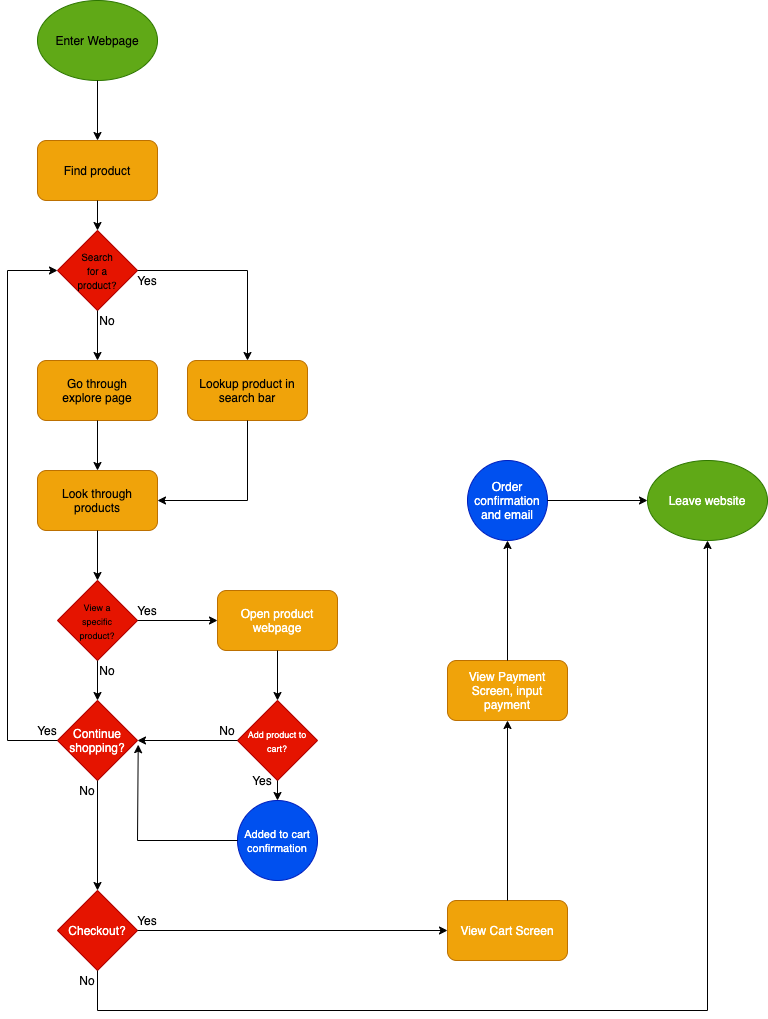
This is part2/part2.drawio.png from anuragasthana/cse110-lab4, a draw.io export, as it was before one commit. Source tidied: cells renumbered, new cells last; positions are measured from the earlier drawing's top-left corner, leaving out a move shared by most shapes.
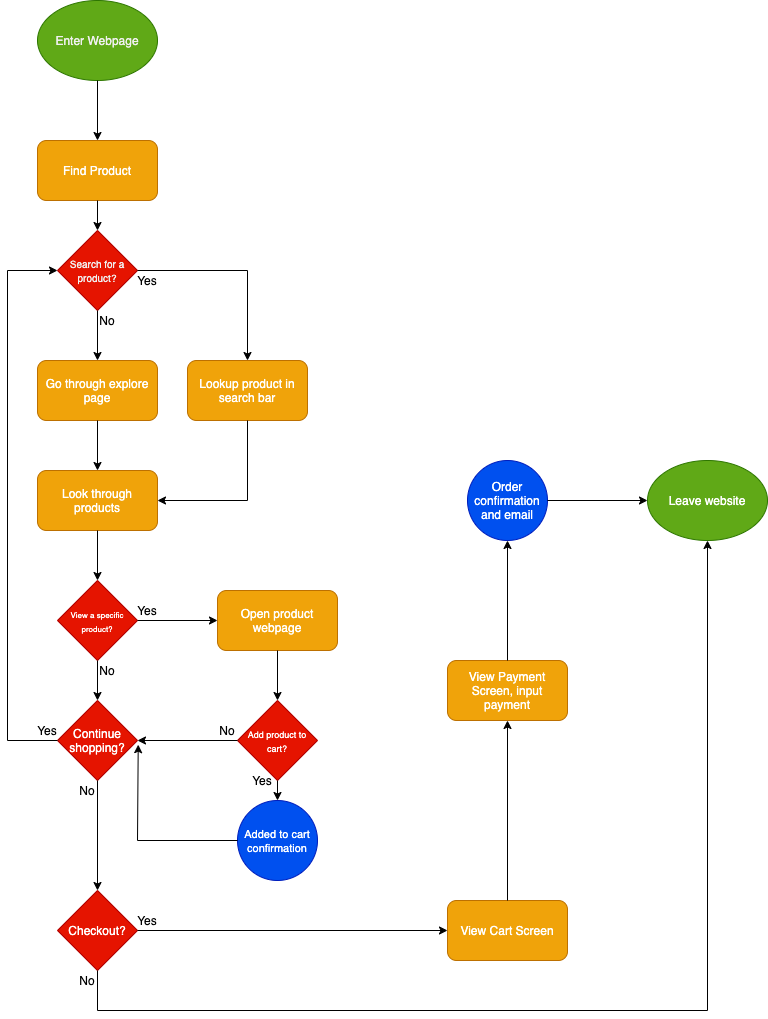
Above is the later version.

The edit, as a diff of the source:
```diff
@@ -2,31 +2,22 @@
   <root>
     <mxCell id="0" />
     <mxCell id="1" parent="0" />
-    <mxCell id="2" style="ellipse;whiteSpace=wrap;html=1;fillColor=#60a917;strokeColor=#2D7600;fontColor=#ffffff;" parent="1" vertex="1">
+    <mxCell id="2" value="&lt;span style=&quot;color: rgb(240 , 240 , 240)&quot;&gt;Enter Webpage&lt;/span&gt;" style="ellipse;whiteSpace=wrap;html=1;fillColor=#60a917;strokeColor=#2D7600;fontColor=#ffffff;" parent="1" vertex="1">
       <mxGeometry x="30" width="120" height="80" as="geometry" />
     </mxCell>
-    <mxCell id="3" value="Enter Webpage" style="text;html=1;strokeColor=none;fillColor=none;align=center;verticalAlign=middle;whiteSpace=wrap;rounded=0;" parent="1" vertex="1">
-      <mxGeometry x="35" y="15" width="110" height="50" as="geometry" />
-    </mxCell>
     <mxCell id="4" style="endArrow=classic;html=1;entryX=0.5;entryY=0;entryDx=0;entryDy=0;exitX=0.5;exitY=1;exitDx=0;exitDy=0;" parent="1" edge="1" source="2" target="5">
       <mxGeometry relative="1" as="geometry" />
     </mxCell>
-    <mxCell id="5" style="rounded=1;whiteSpace=wrap;html=1;fillColor=#f0a30a;strokeColor=#BD7000;fontColor=#ffffff;" parent="1" vertex="1">
+    <mxCell id="5" value="Find Product" style="rounded=1;whiteSpace=wrap;html=1;fillColor=#f0a30a;strokeColor=#BD7000;fontColor=#ffffff;" parent="1" vertex="1">
       <mxGeometry x="30" y="140" width="120" height="60" as="geometry" />
     </mxCell>
-    <mxCell id="6" value="Find product" style="text;html=1;strokeColor=none;fillColor=none;align=center;verticalAlign=middle;whiteSpace=wrap;rounded=0;" parent="1" vertex="1">
-      <mxGeometry x="45" y="150" width="90" height="40" as="geometry" />
-    </mxCell>
-    <mxCell id="7" style="rhombus;whiteSpace=wrap;html=1;fillColor=#e51400;strokeColor=#B20000;fontColor=#ffffff;" parent="1" vertex="1">
+    <mxCell id="7" value="&lt;span style=&quot;color: rgb(240 , 240 , 240) ; font-size: 10px&quot;&gt;Search for a product?&lt;/span&gt;" style="rhombus;whiteSpace=wrap;html=1;fillColor=#e51400;strokeColor=#B20000;fontColor=#ffffff;" parent="1" vertex="1">
       <mxGeometry x="50" y="230" width="80" height="80" as="geometry" />
     </mxCell>
     <mxCell id="8" style="endArrow=classic;html=1;exitX=0.5;exitY=1;exitDx=0;exitDy=0;entryX=0.5;entryY=0;entryDx=0;entryDy=0;" parent="1" edge="1" source="5" target="7">
       <mxGeometry relative="1" as="geometry" />
     </mxCell>
-    <mxCell id="9" value="&lt;span style=&quot;font-size: 10px&quot;&gt;Search for a product?&lt;/span&gt;" style="text;html=1;strokeColor=none;fillColor=none;align=center;verticalAlign=middle;whiteSpace=wrap;rounded=0;" parent="1" vertex="1">
-      <mxGeometry x="70" y="265" width="40" height="10" as="geometry" />
-    </mxCell>
-    <mxCell id="10" style="rounded=1;whiteSpace=wrap;html=1;fillColor=#f0a30a;strokeColor=#BD7000;fontColor=#ffffff;" parent="1" vertex="1">
+    <mxCell id="10" value="Go through explore page" style="rounded=1;whiteSpace=wrap;html=1;fillColor=#f0a30a;strokeColor=#BD7000;fontColor=#ffffff;" parent="1" vertex="1">
       <mxGeometry x="30" y="360" width="120" height="60" as="geometry" />
     </mxCell>
     <mxCell id="11" style="endArrow=classic;html=1;exitX=0.5;exitY=1;exitDx=0;exitDy=0;entryX=0.5;entryY=0;entryDx=0;entryDy=0;" parent="1" edge="1" source="7" target="10">
@@ -35,10 +26,7 @@
     <mxCell id="12" value="No" style="text;html=1;strokeColor=none;fillColor=none;align=center;verticalAlign=middle;whiteSpace=wrap;rounded=0;" parent="1" vertex="1">
       <mxGeometry x="80" y="310" width="40" height="20" as="geometry" />
     </mxCell>
-    <mxCell id="13" value="Go through explore page" style="text;html=1;strokeColor=none;fillColor=none;align=center;verticalAlign=middle;whiteSpace=wrap;rounded=0;" parent="1" vertex="1">
-      <mxGeometry x="50" y="380" width="80" height="20" as="geometry" />
-    </mxCell>
-    <mxCell id="14" style="rounded=1;whiteSpace=wrap;html=1;fillColor=#f0a30a;strokeColor=#BD7000;fontColor=#ffffff;" parent="1" vertex="1">
+    <mxCell id="14" value="Lookup product in search bar" style="rounded=1;whiteSpace=wrap;html=1;fillColor=#f0a30a;strokeColor=#BD7000;fontColor=#ffffff;" parent="1" vertex="1">
       <mxGeometry x="180" y="360" width="120" height="60" as="geometry" />
     </mxCell>
     <mxCell id="15" style="endArrow=classic;html=1;entryX=0.5;entryY=0;entryDx=0;entryDy=0;" parent="1" edge="1" target="14">
@@ -54,15 +42,9 @@
     <mxCell id="17" value="Yes" style="text;html=1;strokeColor=none;fillColor=none;align=center;verticalAlign=middle;whiteSpace=wrap;rounded=0;" parent="1" vertex="1">
       <mxGeometry x="120" y="270" width="40" height="20" as="geometry" />
     </mxCell>
-    <mxCell id="18" value="Lookup product in search bar" style="text;html=1;strokeColor=none;fillColor=none;align=center;verticalAlign=middle;whiteSpace=wrap;rounded=0;" parent="1" vertex="1">
-      <mxGeometry x="190" y="380" width="100" height="20" as="geometry" />
-    </mxCell>
-    <mxCell id="19" style="rounded=1;whiteSpace=wrap;html=1;fillColor=#f0a30a;strokeColor=#BD7000;fontColor=#ffffff;" parent="1" vertex="1">
+    <mxCell id="19" value="Look through products" style="rounded=1;whiteSpace=wrap;html=1;fillColor=#f0a30a;strokeColor=#BD7000;fontColor=#ffffff;" parent="1" vertex="1">
       <mxGeometry x="30" y="470" width="120" height="60" as="geometry" />
     </mxCell>
-    <mxCell id="20" value="Look through products" style="text;html=1;strokeColor=none;fillColor=none;align=center;verticalAlign=middle;whiteSpace=wrap;rounded=0;" parent="1" vertex="1">
-      <mxGeometry x="50" y="490" width="80" height="20" as="geometry" />
-    </mxCell>
     <mxCell id="21" style="endArrow=classic;html=1;exitX=0.5;exitY=1;exitDx=0;exitDy=0;entryX=0.5;entryY=0;entryDx=0;entryDy=0;" parent="1" edge="1" source="10" target="19">
       <mxGeometry relative="1" as="geometry" />
     </mxCell>
@@ -76,15 +58,12 @@
         <mxPoint x="240" y="500" as="sourcePoint" />
       </mxGeometry>
     </mxCell>
-    <mxCell id="24" style="rhombus;whiteSpace=wrap;html=1;fillColor=#e51400;strokeColor=#B20000;fontColor=#ffffff;" parent="1" vertex="1">
+    <mxCell id="24" value="&lt;font style=&quot;font-size: 8px&quot;&gt;View a specific product?&lt;/font&gt;" style="rhombus;whiteSpace=wrap;html=1;fillColor=#e51400;strokeColor=#B20000;fontColor=#ffffff;" parent="1" vertex="1">
       <mxGeometry x="50" y="580" width="80" height="80" as="geometry" />
     </mxCell>
     <mxCell id="25" style="endArrow=classic;html=1;exitX=0.5;exitY=1;exitDx=0;exitDy=0;entryX=0.5;entryY=0;entryDx=0;entryDy=0;" parent="1" edge="1" source="19" target="24">
       <mxGeometry relative="1" as="geometry" />
     </mxCell>
-    <mxCell id="26" value="&lt;font style=&quot;font-size: 9px&quot;&gt;View a specific product?&lt;/font&gt;" style="text;html=1;strokeColor=none;fillColor=none;align=center;verticalAlign=middle;whiteSpace=wrap;rounded=0;" parent="1" vertex="1">
-      <mxGeometry x="65" y="610" width="50" height="20" as="geometry" />
-    </mxCell>
     <mxCell id="27" value="Continue shopping?" style="rhombus;whiteSpace=wrap;html=1;fillColor=#e51400;strokeColor=#B20000;fontColor=#ffffff;" parent="1" vertex="1">
       <mxGeometry x="50" y="700" width="80" height="80" as="geometry" />
     </mxCell>
```
